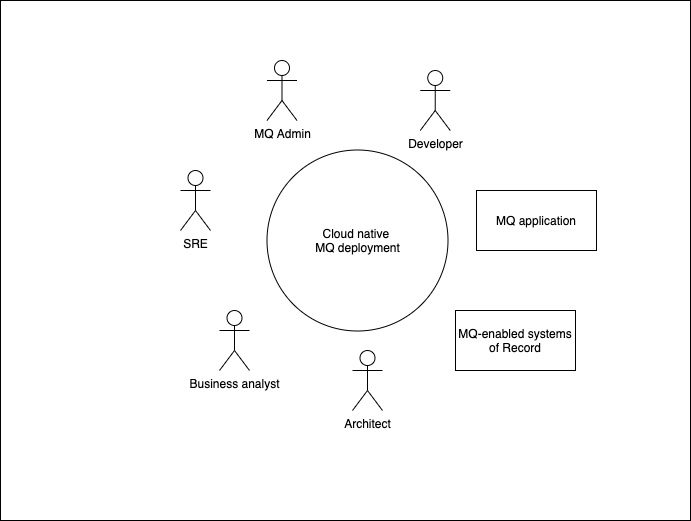
IBM/production-gitops keeps this draw.io diagram as guides/cp4i/mq/overview/images/mq-system-context.png. Above is the earlier version. Source tidied: cells renumbered, new cells last; positions are measured from the earlier drawing's top-left corner, leaving out a move shared by most shapes. Source of this version:
```xml
<mxGraphModel>
  <root>
    <mxCell id="0" />
    <mxCell id="1" parent="0" />
    <mxCell id="2" style="rounded=0;whiteSpace=wrap;html=1;fillColor=none;" parent="1" vertex="1">
      <mxGeometry width="690" height="520" as="geometry" />
    </mxCell>
    <mxCell id="3" value="Cloud native &lt;br&gt;MQ deployment" style="ellipse;whiteSpace=wrap;html=1;" parent="1" vertex="1">
      <mxGeometry x="266.5" y="149.5" width="181" height="181" as="geometry" />
    </mxCell>
    <mxCell id="4" value="MQ Admin" style="shape=umlActor;verticalLabelPosition=bottom;verticalAlign=top;html=1;" parent="1" vertex="1">
      <mxGeometry x="266.5" y="60" width="30" height="60" as="geometry" />
    </mxCell>
    <mxCell id="5" value="Developer" style="shape=umlActor;verticalLabelPosition=bottom;verticalAlign=top;html=1;" parent="1" vertex="1">
      <mxGeometry x="419.7" y="70" width="30" height="60" as="geometry" />
    </mxCell>
    <mxCell id="6" value="Architect&lt;br&gt;" style="shape=umlActor;verticalLabelPosition=bottom;verticalAlign=top;html=1;" parent="1" vertex="1">
      <mxGeometry x="352" y="350" width="30" height="60" as="geometry" />
    </mxCell>
    <mxCell id="7" value="SRE" style="shape=umlActor;verticalLabelPosition=bottom;verticalAlign=top;html=1;" parent="1" vertex="1">
      <mxGeometry x="180" y="170" width="30" height="60" as="geometry" />
    </mxCell>
    <mxCell id="8" value="MQ application" style="rounded=0;whiteSpace=wrap;html=1;" parent="1" vertex="1">
      <mxGeometry x="476" y="190" width="120" height="60" as="geometry" />
    </mxCell>
    <mxCell id="9" style="edgeStyle=orthogonalEdgeStyle;rounded=0;orthogonalLoop=1;jettySize=auto;html=1;exitX=0.5;exitY=1;exitDx=0;exitDy=0;" parent="1" edge="1" source="8" target="8">
      <mxGeometry relative="1" as="geometry" />
    </mxCell>
    <mxCell id="10" value="MQ-enabled systems of Record" style="rounded=0;whiteSpace=wrap;html=1;" parent="1" vertex="1">
      <mxGeometry x="455" y="310" width="120" height="60" as="geometry" />
    </mxCell>
    <mxCell id="11" value="Business analyst" style="shape=umlActor;verticalLabelPosition=bottom;verticalAlign=top;html=1;" parent="1" vertex="1">
      <mxGeometry x="219" y="310" width="30" height="60" as="geometry" />
    </mxCell>
  </root>
</mxGraphModel>
```
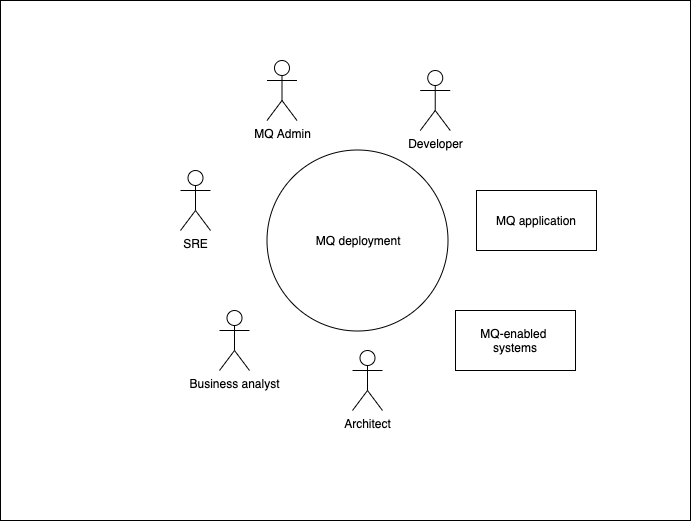
Later version of the same file.

Change to the diagram source:
```diff
@@ -5,7 +5,7 @@
     <mxCell id="2" style="rounded=0;whiteSpace=wrap;html=1;fillColor=none;" parent="1" vertex="1">
       <mxGeometry width="690" height="520" as="geometry" />
     </mxCell>
-    <mxCell id="3" value="Cloud native &lt;br&gt;MQ deployment" style="ellipse;whiteSpace=wrap;html=1;" parent="1" vertex="1">
+    <mxCell id="3" value="&amp;nbsp;MQ deployment" style="ellipse;whiteSpace=wrap;html=1;" parent="1" vertex="1">
       <mxGeometry x="266.5" y="149.5" width="181" height="181" as="geometry" />
     </mxCell>
     <mxCell id="4" value="MQ Admin" style="shape=umlActor;verticalLabelPosition=bottom;verticalAlign=top;html=1;" parent="1" vertex="1">
@@ -26,7 +26,7 @@
     <mxCell id="9" style="edgeStyle=orthogonalEdgeStyle;rounded=0;orthogonalLoop=1;jettySize=auto;html=1;exitX=0.5;exitY=1;exitDx=0;exitDy=0;" parent="1" edge="1" source="8" target="8">
       <mxGeometry relative="1" as="geometry" />
     </mxCell>
-    <mxCell id="10" value="MQ-enabled systems of Record" style="rounded=0;whiteSpace=wrap;html=1;" parent="1" vertex="1">
+    <mxCell id="10" value="MQ-enabled &lt;br&gt;systems" style="rounded=0;whiteSpace=wrap;html=1;" parent="1" vertex="1">
       <mxGeometry x="455" y="310" width="120" height="60" as="geometry" />
     </mxCell>
     <mxCell id="11" value="Business analyst" style="shape=umlActor;verticalLabelPosition=bottom;verticalAlign=top;html=1;" parent="1" vertex="1">
```
